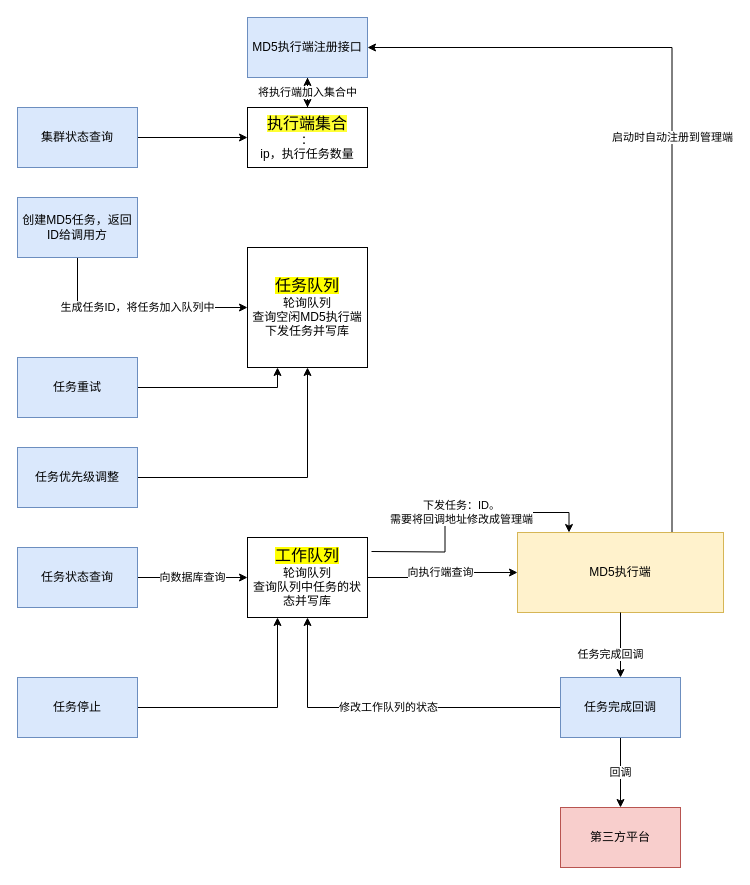
Earlier version of the draw.io diagram page "MD5管理端" (2 of 3) of md5.drawio (yzykami/MD5_draw). Source tidied: cells renumbered, new cells numbered last; positions are measured from the earlier drawing's top-left corner, leaving out a move shared by most shapes. Both pictures are drawn from the tidied source at 100%, with x=0, y=0 at pixel (17, 17).
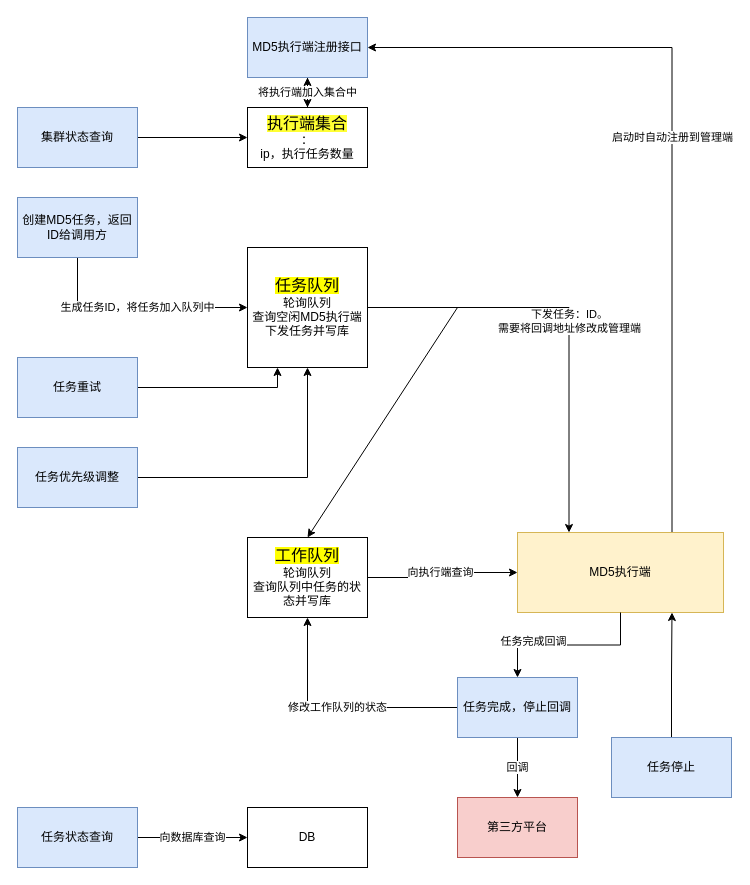
After the change.

Unchanged cells that the change refers to:
```xml
<mxCell id="8" value="MD5执行端" style="rounded=0;whiteSpace=wrap;html=1;fillColor=#fff2cc;strokeColor=#d6b656;" parent="1" vertex="1">
  <mxGeometry x="500" y="515" width="206" height="80" as="geometry" />
</mxCell>
<mxCell id="9" value="&lt;font style=&quot;font-size: 16px ; background-color: rgb(255 , 255 , 0)&quot;&gt;任务队列&lt;/font&gt;&lt;br&gt;轮询队列&lt;br&gt;查询空闲MD5执行端&lt;br&gt;下发任务并写库" style="whiteSpace=wrap;html=1;" parent="1" vertex="1">
  <mxGeometry x="230" y="230" width="120" height="120" as="geometry" />
</mxCell>
<mxCell id="17" value="&lt;font style=&quot;font-size: 16px ; background-color: rgb(255 , 255 , 0)&quot;&gt;工作队列&lt;/font&gt;&lt;br&gt;&lt;span&gt;轮询队列&lt;/span&gt;&lt;br&gt;&lt;span&gt;查询队列中任务的状态并写库&lt;/span&gt;" style="rounded=0;whiteSpace=wrap;html=1;" parent="1" vertex="1">
  <mxGeometry x="230" y="520" width="120" height="80" as="geometry" />
</mxCell>
```

What changed in the source:
```diff
@@
-    <mxCell id="2" value="下发任务：ID。&lt;br&gt;需要将回调地址修改成管理端" style="edgeStyle=orthogonalEdgeStyle;rounded=0;jettySize=auto;html=1;entryX=0.25;entryY=0;entryDx=0;entryDy=0;" parent="1" edge="1" target="8">
+    <mxCell id="2" value="下发任务：ID。&lt;br&gt;需要将回调地址修改成管理端" style="edgeStyle=orthogonalEdgeStyle;rounded=0;jettySize=auto;html=1;entryX=0.25;entryY=0;entryDx=0;entryDy=0;exitX=1;exitY=0.5;exitDx=0;exitDy=0;" parent="1" edge="1" source="9" target="8">
       <mxGeometry x="0.01" relative="1" as="geometry">
-        <mxPoint x="354" y="534" as="sourcePoint" />
+        <Array as="points">
+          <mxPoint x="552" y="290" />
+        </Array>
       </mxGeometry>
     </mxCell>
@@
-    <mxCell id="14" value="向数据库查询" style="edgeStyle=orthogonalEdgeStyle;rounded=0;jettySize=auto;html=1;entryX=0;entryY=0.5;entryDx=0;entryDy=0;" parent="1" edge="1" source="15" target="17">
+    <mxCell id="14" value="向数据库查询" style="edgeStyle=orthogonalEdgeStyle;rounded=0;jettySize=auto;html=1;entryX=0;entryY=0.5;entryDx=0;entryDy=0;" parent="1" edge="1" source="15" target="31">
       <mxGeometry relative="1" as="geometry" />
     </mxCell>
     <mxCell id="15" value="任务状态查询" style="rounded=0;whiteSpace=wrap;html=1;fillColor=#dae8fc;strokeColor=#6c8ebf;" parent="1" vertex="1">
-      <mxGeometry y="530" width="120" height="60" as="geometry" />
+      <mxGeometry y="790" width="120" height="60" as="geometry" />
     </mxCell>
@@
-    <mxCell id="18" style="edgeStyle=orthogonalEdgeStyle;rounded=0;jettySize=auto;html=1;entryX=0.25;entryY=1;entryDx=0;entryDy=0;" parent="1" edge="1" source="19" target="17">
+    <mxCell id="18" style="edgeStyle=orthogonalEdgeStyle;rounded=0;jettySize=auto;html=1;entryX=0.75;entryY=1;entryDx=0;entryDy=0;" parent="1" edge="1" source="19" target="8">
       <mxGeometry relative="1" as="geometry" />
     </mxCell>
     <mxCell id="19" value="任务停止" style="rounded=0;whiteSpace=wrap;html=1;fillColor=#dae8fc;strokeColor=#6c8ebf;" parent="1" vertex="1">
-      <mxGeometry y="660" width="120" height="60" as="geometry" />
+      <mxGeometry x="594" y="720" width="120" height="60" as="geometry" />
     </mxCell>
@@
-    <mxCell id="26" value="任务完成回调" style="rounded=0;whiteSpace=wrap;html=1;fillColor=#dae8fc;strokeColor=#6c8ebf;" parent="1" vertex="1">
-      <mxGeometry x="543" y="660" width="120" height="60" as="geometry" />
+    <mxCell id="26" value="任务完成，停止回调" style="rounded=0;whiteSpace=wrap;html=1;fillColor=#dae8fc;strokeColor=#6c8ebf;" parent="1" vertex="1">
+      <mxGeometry x="440" y="660" width="120" height="60" as="geometry" />
     </mxCell>
@@
     <mxCell id="29" value="第三方平台" style="rounded=0;whiteSpace=wrap;html=1;fillColor=#f8cecc;strokeColor=#b85450;" parent="1" vertex="1">
-      <mxGeometry x="543" y="790" width="120" height="60" as="geometry" />
+      <mxGeometry x="440" y="780" width="120" height="60" as="geometry" />
     </mxCell>
+    <mxCell id="30" style="endArrow=classic;html=1;entryX=0.5;entryY=0;entryDx=0;entryDy=0;" parent="1" edge="1" target="17">
+      <mxGeometry relative="1" as="geometry">
+        <mxPoint x="440" y="290" as="sourcePoint" />
+      </mxGeometry>
+    </mxCell>
+    <mxCell id="31" value="DB" style="rounded=0;whiteSpace=wrap;html=1;" parent="1" vertex="1">
+      <mxGeometry x="230" y="790" width="120" height="60" as="geometry" />
+    </mxCell>
```
